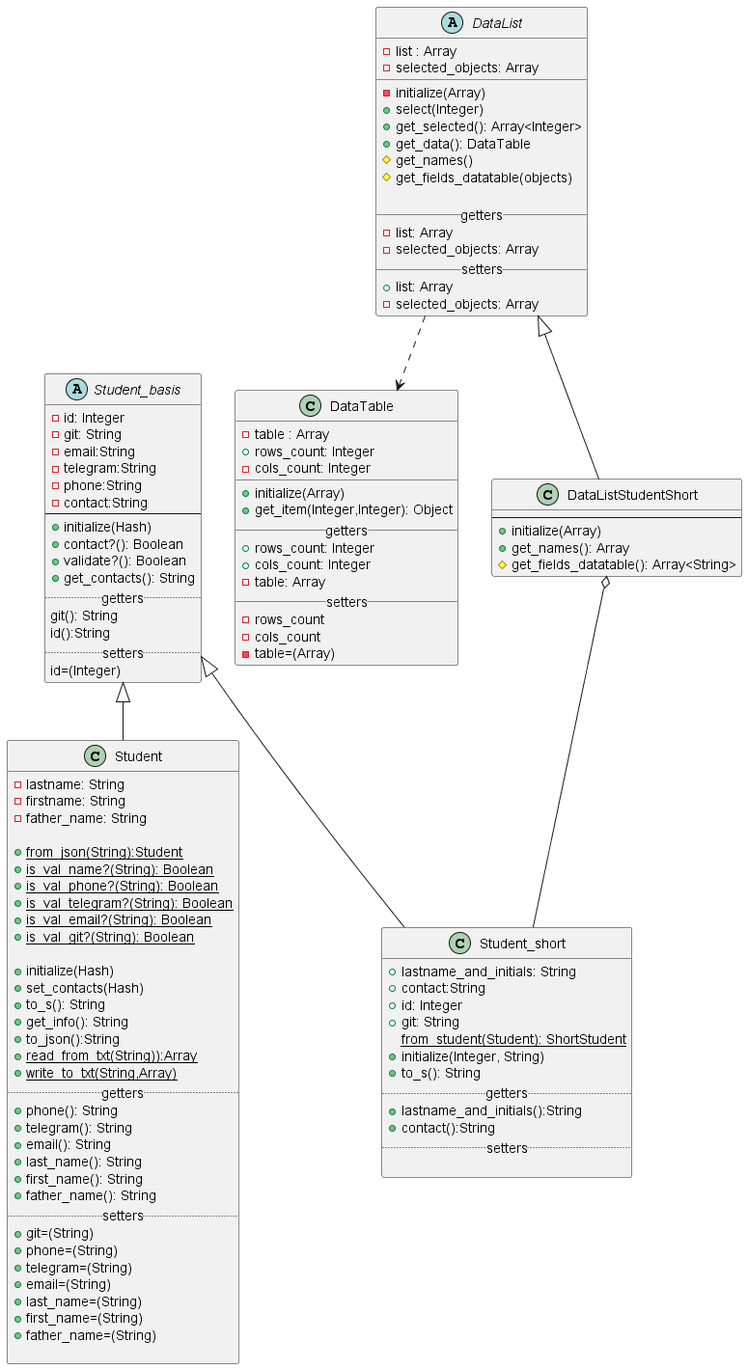
ColdEiler/pattern keeps this PlantUML diagram as lab2/student_diagrams.png. Above is the earlier version.
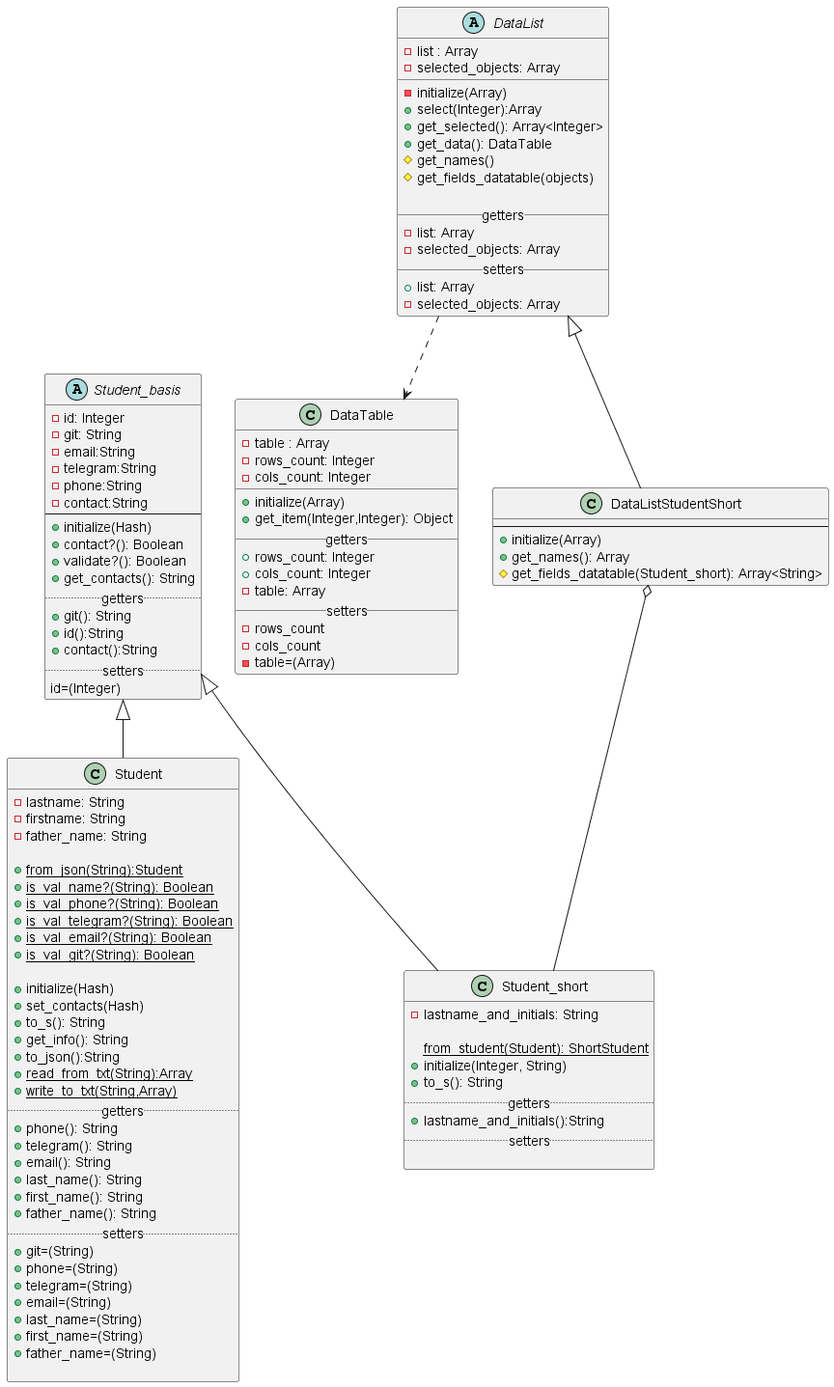
Later version of the same file.

Commit message:
Одобренная (изменненая) схема

What changed in the source:
```diff
@@ -12,8 +12,9 @@
      +validate?(): Boolean
      +get_contacts(): String
      .. getters..
-     git(): String
-     id():String
+     +git(): String
+     +id():String
+     +contact():String
      .. setters ..
      id=(Integer)
 }
@@ -35,7 +36,7 @@
      +to_s(): String
      +get_info(): String
      +to_json():String
-     +{static}read_from_txt(String)):Array
+     +{static}read_from_txt(String):Array
      +{static}write_to_txt(String,Array)
      .. getters ..
      +phone(): String
@@ -56,16 +57,13 @@
 }
 
 class Student_short extends Student_basis{
-     +lastname_and_initials: String
-     +contact:String
-     +id: Integer
-     +git: String
+     -lastname_and_initials: String
+
      {static}from_student(Student): ShortStudent
      +initialize(Integer, String)
      +to_s(): String
      .. getters ..
      +lastname_and_initials():String
-     +contact():String
      .. setters ..
 
 }
@@ -73,7 +71,7 @@
 
 class DataTable{
     -table : Array
-    +rows_count: Integer
+    -rows_count: Integer
     -cols_count: Integer
     __
     +initialize(Array)
@@ -92,7 +90,7 @@
     -selected_objects: Array
     __
     -initialize(Array)
-    +select(Integer)
+    +select(Integer):Array
     +get_selected(): Array<Integer>
     +get_data(): DataTable
     #get_names()
@@ -110,7 +108,7 @@
     --
     +initialize(Array)
     +get_names(): Array
-    #get_fields_datatable(): Array<String>
+    #get_fields_datatable(Student_short): Array<String>
 }
 
 DataList ..> DataTable
```
